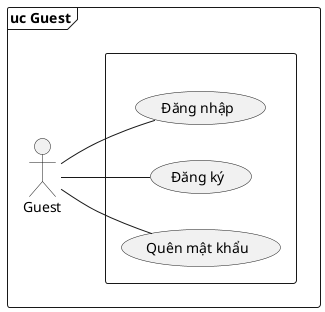
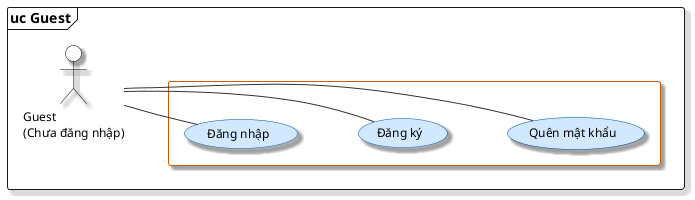
@startuml
left to right direction

- frame "uc Guest" {
-   actor "Guest" as g
+ skinparam BackgroundColor #FFFFFF
+ skinparam Shadowing true

-   rectangle " " {
-     usecase "Đăng nhập" as UC1
-     usecase "Đăng ký" as UC2
-     usecase "Quên mật khẩu" as UC3
-   }
+ skinparam usecase {
+     BackgroundColor #D2E8FF
+     BorderColor #0059B3
+     FontName "Segoe UI"
+     FontSize 12
+     FontColor #000000
}

- g -- UC1
- g -- UC2
- g -- UC3
+ skinparam rectangle {
+     BackgroundColor #FFEBD6
+     BorderColor #D35400
+     FontName "Segoe UI"
+     FontSize 13
+     FontColor #000000
+ }
+ 
+ skinparam actor {
+     BackgroundColor #FFFFFF
+     BorderColor #000000
+     FontName "Segoe UI"
+     FontSize 12
+     FontColor #000000
+ }
+ 
+ skinparam arrow {
+     Color #333333
+     FontName "Segoe UI"
+     FontSize 10
+     FontColor #000000
+ }
+ 
+ frame "uc Guest" {
+     actor "Guest\n(Chưa đăng nhập)" as g
+ 
+     rectangle " " #white {
+         usecase "Đăng nhập" as UC_Login
+         usecase "Đăng ký" as UC_Register
+         usecase "Quên mật khẩu" as UC_Forgot
+ 
+         UC_Login -[hidden]down-> UC_Register
+         UC_Register -[hidden]down-> UC_Forgot
+     }
+ }
+ 
+ g -- UC_Login
+ g -- UC_Register
+ g -- UC_Forgot
@enduml
